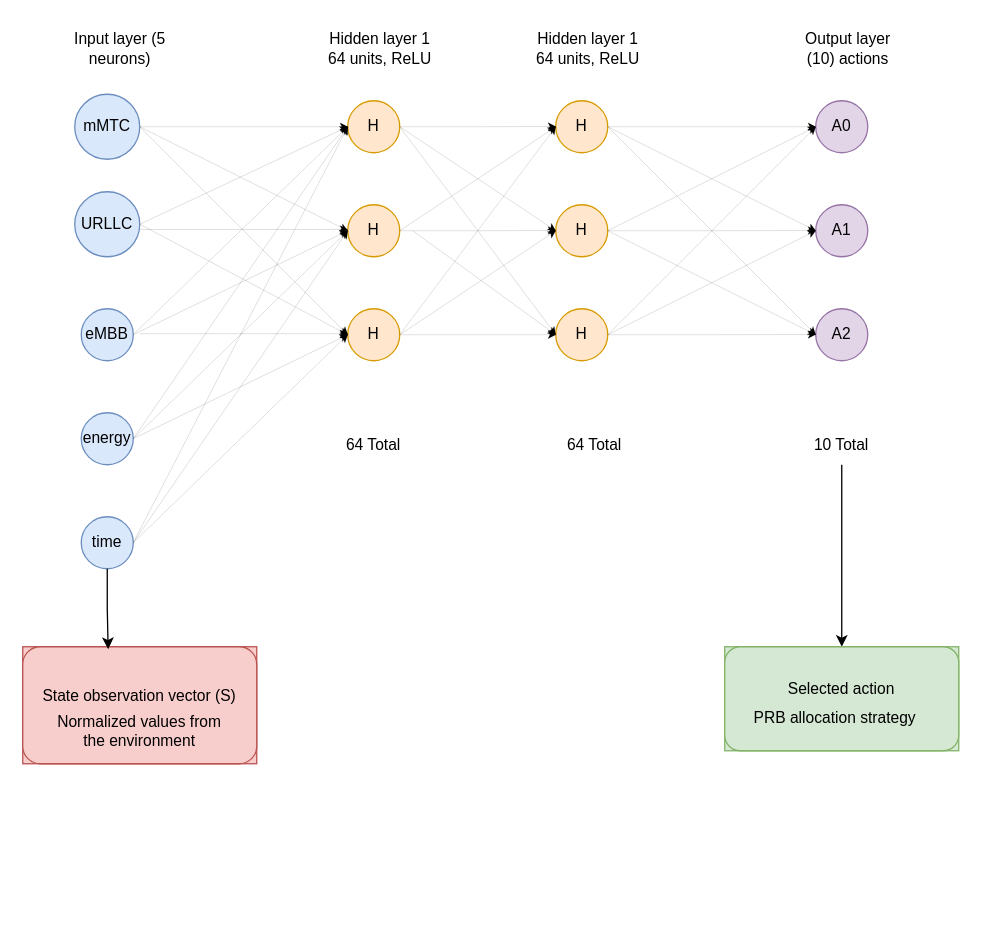
Anita-J-Kimutai/Project keeps this draw.io diagram as PPO Architecture.drawio. Above is the earlier version. Source tidied: cells renumbered, new cells numbered last; positions are measured from the earlier drawing's top-left corner, leaving out a move shared by most shapes. Both pictures are drawn from the tidied source at 130%, with x=0, y=0 at pixel (22, 22).
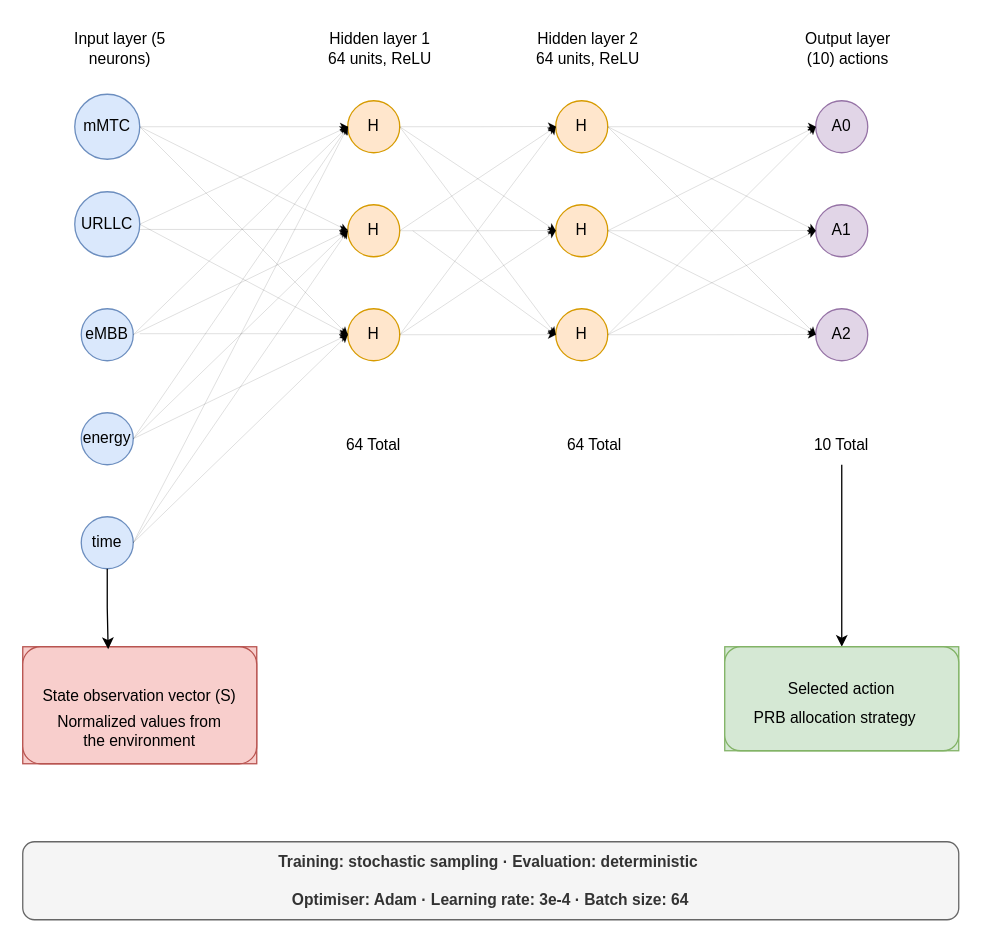
The same diagram, later.

Unchanged cells that the change refers to:
```xml
<mxCell id="3" style="group;" parent="2" vertex="1">
  <mxGeometry width="720" height="570" as="geometry" />
</mxCell>
```

What changed in the source:
```diff
@@
-    <mxCell id="6" value="Hidden layer 1&lt;div&gt;64 units, ReLU&lt;/div&gt;" style="text;html=1;whiteSpace=wrap;strokeColor=none;fillColor=none;align=center;verticalAlign=middle;rounded=0;" parent="3" vertex="1">
+    <mxCell id="6" value="Hidden layer 2&lt;div&gt;64 units, ReLU&lt;/div&gt;" style="text;html=1;whiteSpace=wrap;strokeColor=none;fillColor=none;align=center;verticalAlign=middle;rounded=0;" parent="3" vertex="1">
       <mxGeometry x="390" width="90" height="40" as="geometry" />
     </mxCell>
@@
+    <mxCell id="66" value="&lt;br&gt;&lt;strong&gt;Training: stochastic sampling · Evaluation: deterministic&amp;nbsp;&lt;/strong&gt;&lt;br&gt;&lt;br&gt;&lt;strong&gt;Optimiser: Adam · Learning rate: 3e-4 · Batch size: 64&lt;/strong&gt;&lt;div&gt;&lt;br/&gt;&lt;/div&gt;" style="rounded=1;whiteSpace=wrap;html=1;fillColor=#f5f5f5;fontColor=#333333;strokeColor=#666666;" parent="1" vertex="1">
+      <mxGeometry y="630" width="720" height="60" as="geometry" />
+    </mxCell>
```
